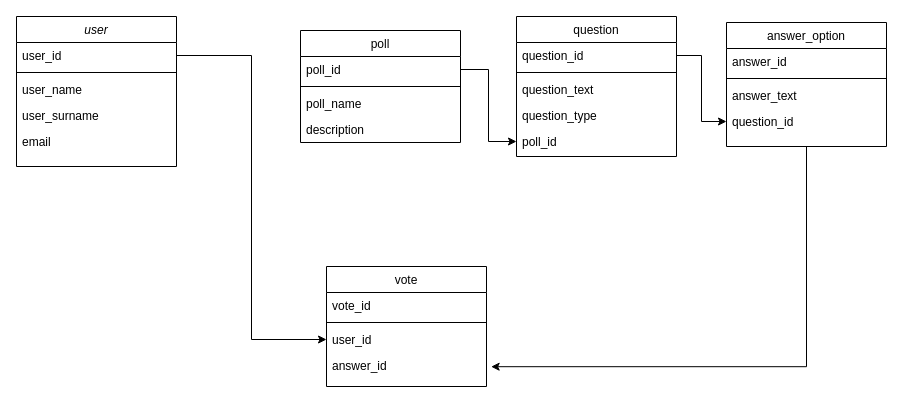
Before: схема.drawio in Certer001/scheme, a draw.io diagram. Source tidied: cells renumbered, new cells numbered last; positions are measured from the earlier drawing's top-left corner, leaving out a move shared by most shapes. Both pictures are drawn from the tidied source at 100%, with x=0, y=0 at pixel (16, 16).
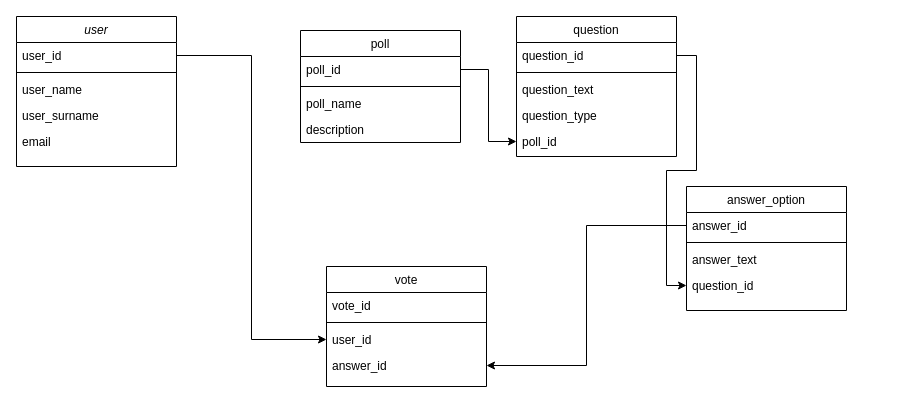
The same diagram, later.

The change refers to these unchanged cells:
```xml
<mxCell id="9" value="answer_id" style="text;align=left;verticalAlign=top;spacingLeft=4;spacingRight=4;overflow=hidden;points=[[0,0.5],[1,0.5]];portConstraint=eastwest;" parent="8" vertex="1">
  <mxGeometry y="26" width="160" height="26" as="geometry" />
</mxCell>
<mxCell id="30" value="answer_id" style="text;align=left;verticalAlign=top;spacingLeft=4;spacingRight=4;overflow=hidden;points=[[0,0.5],[1,0.5]];portConstraint=eastwest;" parent="26" vertex="1">
  <mxGeometry y="86" width="160" height="26" as="geometry" />
</mxCell>
```

What changed in the source:
```diff
@@
     <mxCell id="8" value="answer_option" style="swimlane;fontStyle=0;align=center;verticalAlign=top;horizontal=1;startSize=26;rounded=0;shadow=0;strokeWidth=1;" parent="1" vertex="1">
-      <mxGeometry x="710" y="6" width="160" height="124" as="geometry" />
+      <mxGeometry x="670" y="170" width="160" height="124" as="geometry" />
     </mxCell>
@@
-    <mxCell id="32" style="edgeStyle=orthogonalEdgeStyle;rounded=0;jettySize=auto;html=1;entryX=1.029;entryY=0.546;entryDx=0;entryDy=0;entryPerimeter=0;" parent="1" edge="1" source="8" target="30">
-      <mxGeometry relative="1" as="geometry" />
-    </mxCell>
+    <mxCell id="33" style="edgeStyle=orthogonalEdgeStyle;rounded=0;jettySize=auto;html=1;entryX=1;entryY=0.5;entryDx=0;entryDy=0;" parent="1" edge="1" source="9" target="30">
+      <mxGeometry relative="1" as="geometry" />
+    </mxCell>
```
